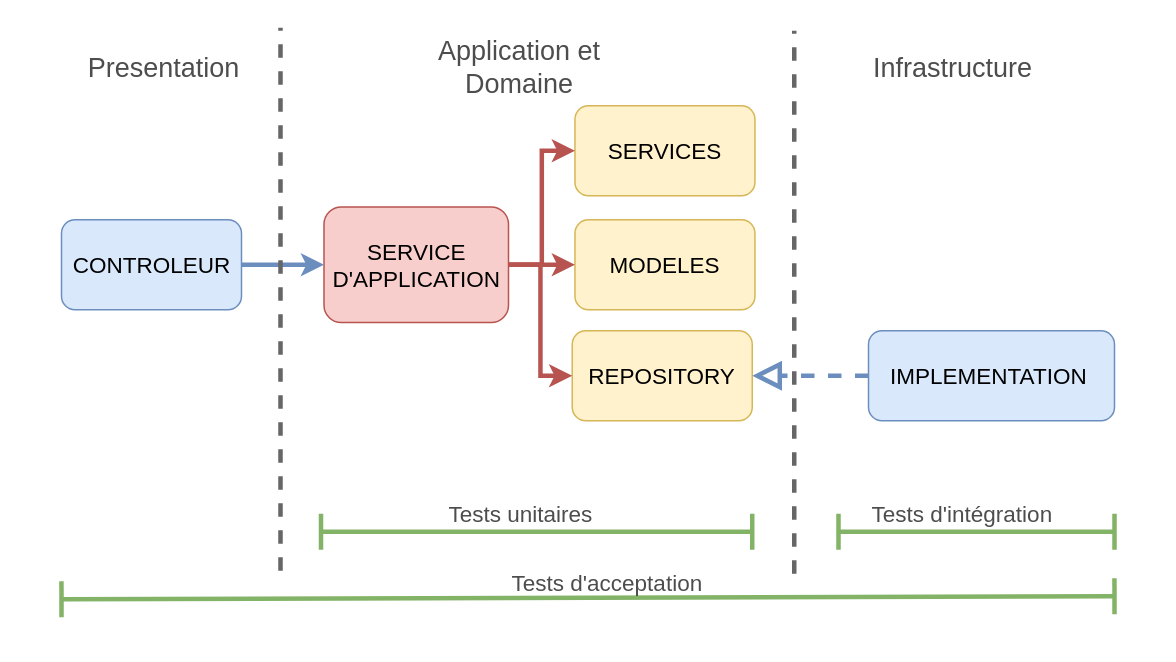
Before: page "ArchHexaTest" (2 of 7) of documentation/diagrammes/diagrammesArchitecture/ArchitectureHexagonal.drawio in ansforge/finess-plus, a draw.io diagram. Source tidied: cells renumbered, new cells numbered last; positions are measured from the earlier drawing's top-left corner, leaving out a move shared by most shapes. Both pictures are drawn from the tidied source at 150%, with x=0, y=0 at pixel (60, 27).
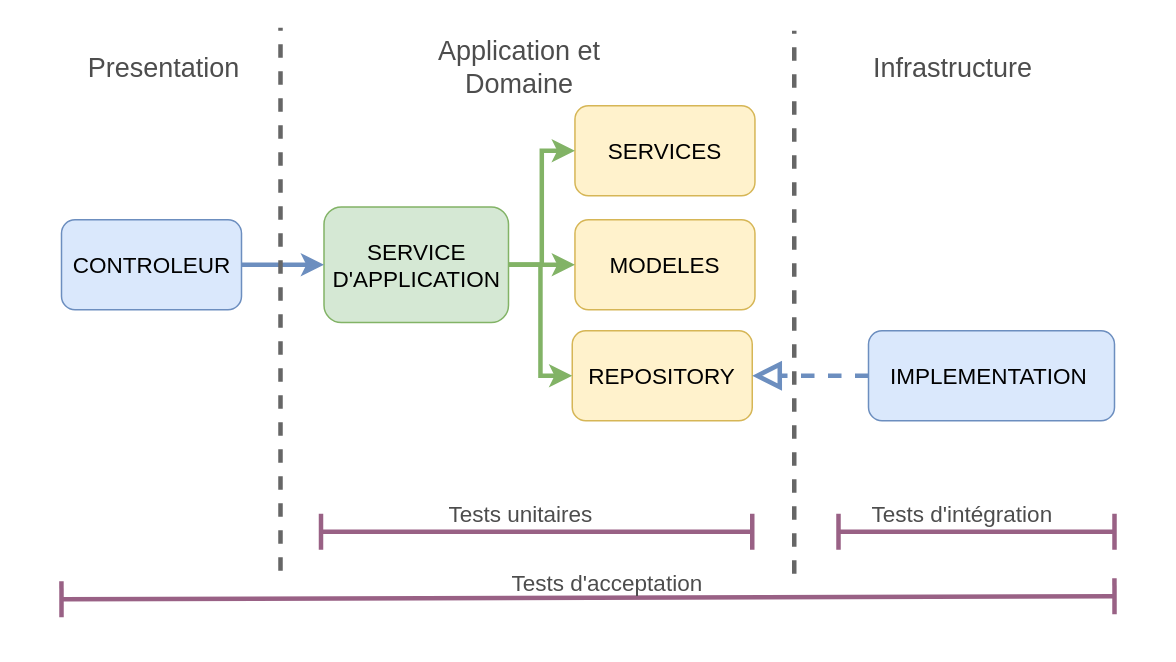
Above is the later version.

Unchanged cells that the change refers to:
```xml
<mxCell id="2" style="group;" parent="1" vertex="1">
  <mxGeometry x="0.5" width="702" height="395" as="geometry" />
</mxCell>
<mxCell id="6" value="&lt;font style=&quot;font-size: 15px;&quot;&gt;REPOSITORY&lt;/font&gt;" style="rounded=1;whiteSpace=wrap;html=1;strokeWidth=1;fontSize=15;gradientDirection=south;fillColor=#fff2cc;strokeColor=#d6b656;" parent="2" vertex="1">
  <mxGeometry x="340.5" y="202" width="120" height="60" as="geometry" />
</mxCell>
<mxCell id="7" value="MODELES" style="rounded=1;whiteSpace=wrap;html=1;strokeWidth=1;fontSize=15;gradientDirection=south;fillColor=#fff2cc;strokeColor=#d6b656;" parent="2" vertex="1">
  <mxGeometry x="342.3" y="128" width="120" height="60" as="geometry" />
</mxCell>
<mxCell id="8" value="SERVICES" style="rounded=1;whiteSpace=wrap;html=1;strokeWidth=1;fontSize=15;gradientDirection=south;fillColor=#fff2cc;strokeColor=#d6b656;" parent="2" vertex="1">
  <mxGeometry x="342.3" y="52" width="120" height="60" as="geometry" />
</mxCell>
```

What changed in the source:
```diff
@@
-    <mxCell id="5" value="SERVICE&lt;br style=&quot;font-size: 15px;&quot;&gt;D'APPLICATION" style="rounded=1;whiteSpace=wrap;html=1;strokeWidth=1;fontSize=15;gradientDirection=south;fillColor=#f8cecc;strokeColor=#b85450;" parent="2" vertex="1">
+    <mxCell id="5" value="SERVICE&lt;br style=&quot;font-size: 15px;&quot;&gt;D'APPLICATION" style="rounded=1;whiteSpace=wrap;html=1;strokeWidth=1;fontSize=15;gradientDirection=south;fillColor=#d5e8d4;strokeColor=#82b366;" parent="2" vertex="1">
       <mxGeometry x="175" y="119.5" width="123" height="77" as="geometry" />
     </mxCell>
@@
-    <mxCell id="11" style="endArrow=classic;html=1;rounded=0;strokeColor=#b85450;strokeWidth=3;fontSize=15;fontColor=#4D4D4D;startSize=2;endSize=6;exitX=1;exitY=0.5;exitDx=0;exitDy=0;entryX=0;entryY=0.5;entryDx=0;entryDy=0;fillColor=#f8cecc;edgeStyle=orthogonalEdgeStyle;" parent="2" edge="1" source="5" target="8">
+    <mxCell id="11" style="endArrow=classic;html=1;rounded=0;strokeColor=#82b366;strokeWidth=3;fontSize=15;fontColor=#4D4D4D;startSize=2;endSize=6;exitX=1;exitY=0.5;exitDx=0;exitDy=0;entryX=0;entryY=0.5;entryDx=0;entryDy=0;fillColor=#d5e8d4;edgeStyle=orthogonalEdgeStyle;" parent="2" edge="1" source="5" target="8">
       <mxGeometry relative="1" as="geometry" />
     </mxCell>
-    <mxCell id="12" style="endArrow=classic;html=1;rounded=0;strokeColor=#b85450;strokeWidth=3;fontSize=15;fontColor=#4D4D4D;startSize=2;endSize=6;exitX=1;exitY=0.5;exitDx=0;exitDy=0;entryX=0;entryY=0.5;entryDx=0;entryDy=0;fillColor=#f8cecc;edgeStyle=orthogonalEdgeStyle;" parent="2" edge="1" source="5" target="7">
+    <mxCell id="12" style="endArrow=classic;html=1;rounded=0;strokeColor=#82b366;strokeWidth=3;fontSize=15;fontColor=#4D4D4D;startSize=2;endSize=6;exitX=1;exitY=0.5;exitDx=0;exitDy=0;entryX=0;entryY=0.5;entryDx=0;entryDy=0;fillColor=#d5e8d4;edgeStyle=orthogonalEdgeStyle;" parent="2" edge="1" source="5" target="7">
       <mxGeometry relative="1" as="geometry" />
     </mxCell>
-    <mxCell id="13" style="endArrow=classic;html=1;rounded=0;strokeColor=#b85450;strokeWidth=3;fontSize=15;fontColor=#4D4D4D;startSize=2;endSize=6;exitX=1;exitY=0.5;exitDx=0;exitDy=0;entryX=0;entryY=0.5;entryDx=0;entryDy=0;fillColor=#f8cecc;edgeStyle=orthogonalEdgeStyle;" parent="2" edge="1" source="5" target="6">
+    <mxCell id="13" style="endArrow=classic;html=1;rounded=0;strokeColor=#82b366;strokeWidth=3;fontSize=15;fontColor=#4D4D4D;startSize=2;endSize=6;exitX=1;exitY=0.5;exitDx=0;exitDy=0;entryX=0;entryY=0.5;entryDx=0;entryDy=0;fillColor=#d5e8d4;edgeStyle=orthogonalEdgeStyle;" parent="2" edge="1" source="5" target="6">
       <mxGeometry relative="1" as="geometry" />
     </mxCell>
-    <mxCell id="14" style="endArrow=baseDash;html=1;rounded=0;strokeColor=#82b366;strokeWidth=3;fontSize=15;fontColor=#4D4D4D;startSize=20;endSize=20;endFill=0;startArrow=baseDash;startFill=0;fillColor=#d5e8d4;" parent="2" edge="1">
+    <mxCell id="14" style="endArrow=baseDash;html=1;rounded=0;strokeColor=#996185;strokeWidth=3;fontSize=15;fontColor=#4D4D4D;startSize=20;endSize=20;endFill=0;startArrow=baseDash;startFill=0;fillColor=#e6d0de;gradientColor=#d5739d;" parent="2" edge="1">
       <mxGeometry relative="1" as="geometry">
         <mxPoint y="381" as="sourcePoint" />
         <mxPoint x="702" y="379" as="targetPoint" />
       </mxGeometry>
     </mxCell>
-    <mxCell id="15" style="endArrow=baseDash;html=1;rounded=0;strokeColor=#82b366;strokeWidth=3;fontSize=15;fontColor=#4D4D4D;startSize=20;endSize=20;endFill=0;startArrow=baseDash;startFill=0;fillColor=#d5e8d4;" parent="2" edge="1">
+    <mxCell id="15" style="endArrow=baseDash;html=1;rounded=0;strokeColor=#996185;strokeWidth=3;fontSize=15;fontColor=#4D4D4D;startSize=20;endSize=20;endFill=0;startArrow=baseDash;startFill=0;fillColor=#e6d0de;gradientColor=#d5739d;" parent="2" edge="1">
       <mxGeometry relative="1" as="geometry">
         <mxPoint x="518" y="336" as="sourcePoint" />
         <mxPoint x="702" y="336" as="targetPoint" />
       </mxGeometry>
     </mxCell>
-    <mxCell id="16" style="endArrow=baseDash;html=1;rounded=0;strokeColor=#82b366;strokeWidth=3;fontSize=15;fontColor=#4D4D4D;startSize=20;endSize=20;endFill=0;startArrow=baseDash;startFill=0;fillColor=#d5e8d4;" parent="2" edge="1">
+    <mxCell id="16" style="endArrow=baseDash;html=1;rounded=0;strokeColor=#996185;strokeWidth=3;fontSize=15;fontColor=#4D4D4D;startSize=20;endSize=20;endFill=0;startArrow=baseDash;startFill=0;fillColor=#e6d0de;gradientColor=#d5739d;" parent="2" edge="1">
       <mxGeometry relative="1" as="geometry">
         <mxPoint x="173" y="336" as="sourcePoint" />
         <mxPoint x="460.5" y="336" as="targetPoint" />
       </mxGeometry>
     </mxCell>
```
